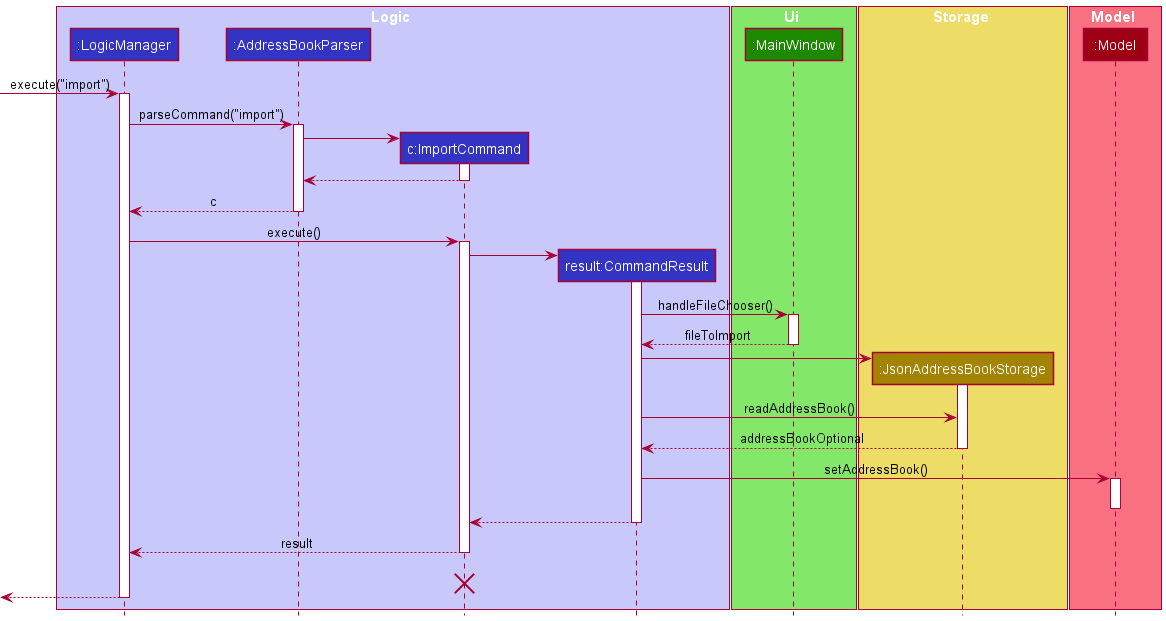
Above: docs/images/ImportSequenceDiagram.png in vigneshsankariyer1234567890/tp (PlantUML), before the change. Source of this version:
```plantuml
@startuml
!include style.puml

box Logic LOGIC_COLOR_T1
participant ":LogicManager" as LogicManager LOGIC_COLOR
participant ":AddressBookParser" as AddressBookParser LOGIC_COLOR
participant "c:ImportCommand" as ImportCommand LOGIC_COLOR
participant "result:CommandResult" as CommandResult LOGIC_COLOR
end box

box Ui UI_COLOR_T1
participant ":MainWindow" as MainWindow UI_COLOR
end box

box Storage STORAGE_COLOR_T1
participant ":JsonAddressBookStorage" as JsonAddressBookStorage STORAGE_COLOR
end box

box Model MODEL_COLOR_T1
participant ":Model" as Model MODEL_COLOR
end box

[-> LogicManager : execute("import")
activate LogicManager

LogicManager -> AddressBookParser : parseCommand("import")
activate AddressBookParser

create ImportCommand
AddressBookParser -> ImportCommand
activate ImportCommand

ImportCommand --> AddressBookParser
deactivate ImportCommand

AddressBookParser --> LogicManager : c
deactivate AddressBookParser

LogicManager -> ImportCommand : execute()
activate ImportCommand

create CommandResult
ImportCommand -> CommandResult
activate CommandResult

CommandResult -> MainWindow : handleFileChooser()
activate MainWindow

MainWindow --> CommandResult :fileToImport
deactivate MainWindow

create JsonAddressBookStorage
CommandResult -> JsonAddressBookStorage
activate JsonAddressBookStorage

CommandResult -> JsonAddressBookStorage : readAddressBook()
JsonAddressBookStorage --> CommandResult : addressBookOptional
deactivate JsonAddressBookStorage


CommandResult -> Model : setAddressBook()
activate Model
deactivate Model

CommandResult --> ImportCommand
deactivate CommandResult
ImportCommand --> LogicManager : result
deactivate ImportCommand
ImportCommand -[hidden]-> LogicManager : result
destroy ImportCommand

[<--LogicManager
deactivate LogicManager
@enduml
```
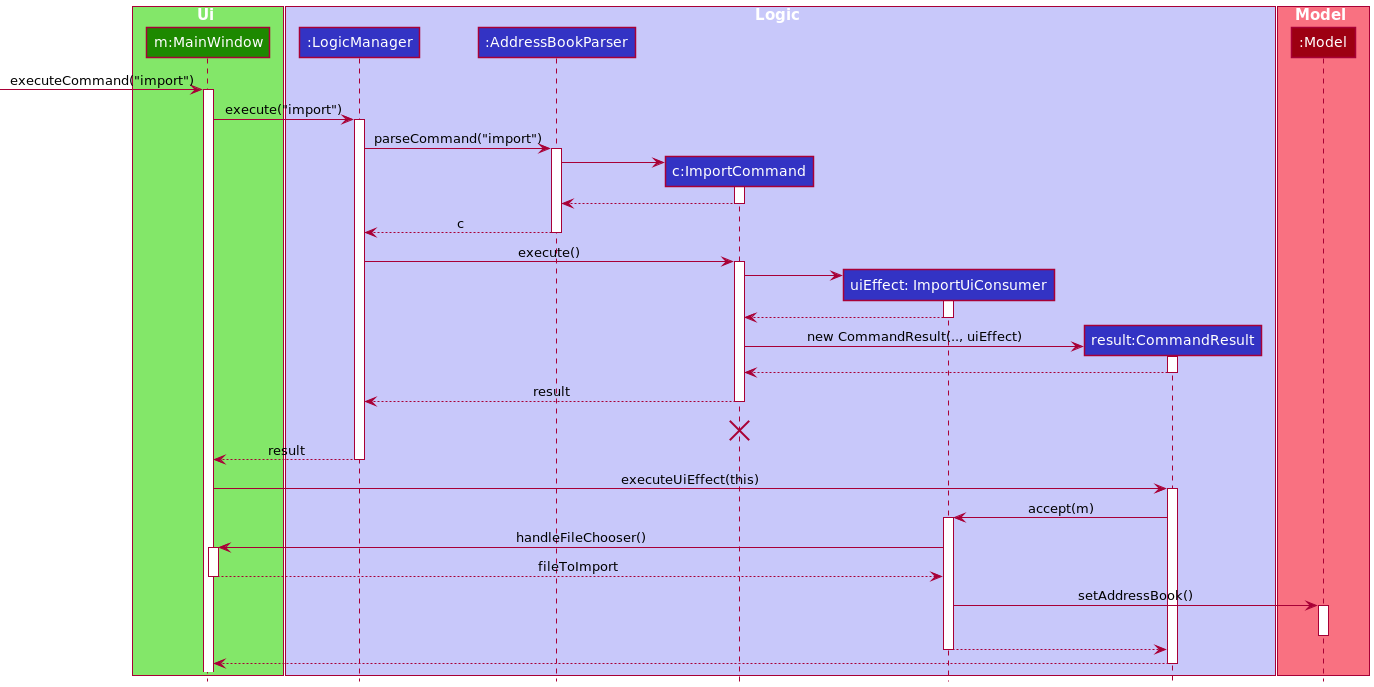
The same file after the commit.

Change to the diagram source:
```diff
@@ -1,26 +1,26 @@
 @startuml
 !include style.puml
+
+box Ui UI_COLOR_T1
+participant "m:MainWindow" as MainWindow UI_COLOR
+end box
 
 box Logic LOGIC_COLOR_T1
 participant ":LogicManager" as LogicManager LOGIC_COLOR
 participant ":AddressBookParser" as AddressBookParser LOGIC_COLOR
 participant "c:ImportCommand" as ImportCommand LOGIC_COLOR
+participant "uiEffect: ImportUiConsumer" as UiConsumer LOGIC_COLOR
 participant "result:CommandResult" as CommandResult LOGIC_COLOR
-end box
-
-box Ui UI_COLOR_T1
-participant ":MainWindow" as MainWindow UI_COLOR
-end box
-
-box Storage STORAGE_COLOR_T1
-participant ":JsonAddressBookStorage" as JsonAddressBookStorage STORAGE_COLOR
 end box
 
 box Model MODEL_COLOR_T1
 participant ":Model" as Model MODEL_COLOR
 end box
 
-[-> LogicManager : execute("import")
+[-> MainWindow : executeCommand("import")
+activate MainWindow
+
+MainWindow -> LogicManager : execute("import")
 activate LogicManager
 
 LogicManager -> AddressBookParser : parseCommand("import")
@@ -39,28 +39,16 @@
 LogicManager -> ImportCommand : execute()
 activate ImportCommand
 
+
+create UiConsumer
+ImportCommand -> UiConsumer
+activate UiConsumer
+UiConsumer --> ImportCommand
+deactivate UiConsumer
+
 create CommandResult
-ImportCommand -> CommandResult
+ImportCommand -> CommandResult : new CommandResult(.., uiEffect)
 activate CommandResult
-
-CommandResult -> MainWindow : handleFileChooser()
-activate MainWindow
-
-MainWindow --> CommandResult :fileToImport
-deactivate MainWindow
-
-create JsonAddressBookStorage
-CommandResult -> JsonAddressBookStorage
-activate JsonAddressBookStorage
-
-CommandResult -> JsonAddressBookStorage : readAddressBook()
-JsonAddressBookStorage --> CommandResult : addressBookOptional
-deactivate JsonAddressBookStorage
-
-
-CommandResult -> Model : setAddressBook()
-activate Model
-deactivate Model
 
 CommandResult --> ImportCommand
 deactivate CommandResult
@@ -69,6 +57,30 @@
 ImportCommand -[hidden]-> LogicManager : result
 destroy ImportCommand
 
-[<--LogicManager
+MainWindow<--LogicManager : result
 deactivate LogicManager
+
+MainWindow -> CommandResult : executeUiEffect(this)
+activate CommandResult
+
+CommandResult -> UiConsumer : accept(m)
+activate UiConsumer
+
+UiConsumer -> MainWindow : handleFileChooser()
+activate MainWindow
+
+MainWindow --> UiConsumer :fileToImport
+deactivate MainWindow
+
+UiConsumer -> Model : setAddressBook()
+activate Model
+deactivate Model
+
+UiConsumer --> CommandResult
+deactivate UiConsumer
+
+CommandResult --> MainWindow
+deactivate CommandResult
+
+
 @enduml
```
